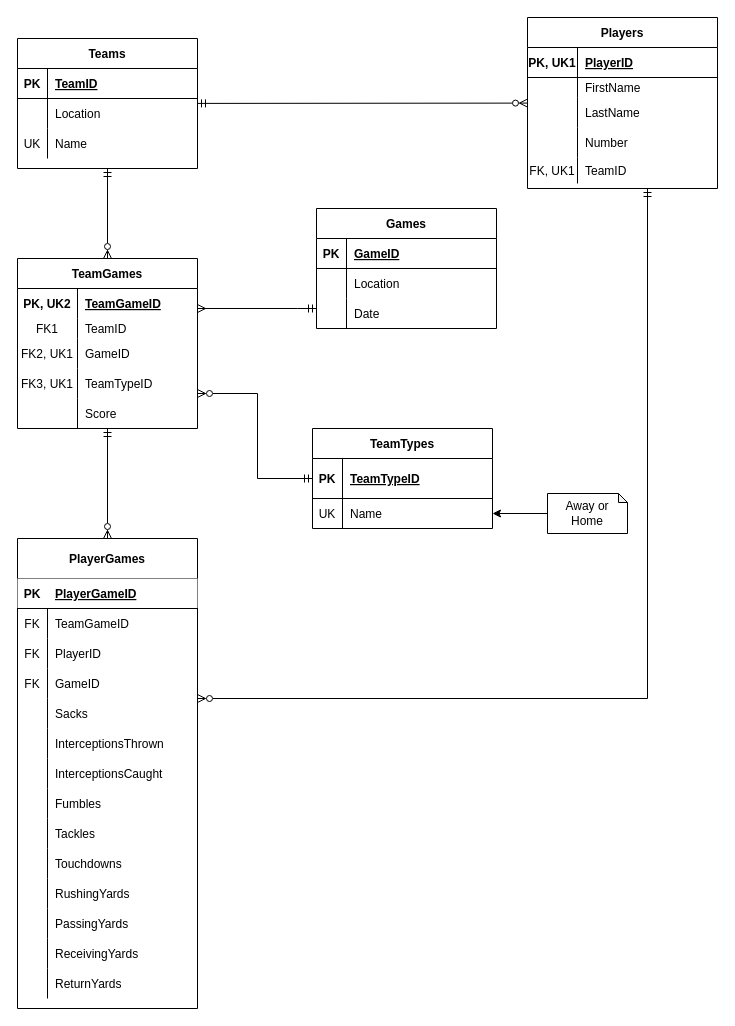
Before: Revison.drawio in isaacPetersonKSU/560GroupProject, a draw.io diagram. Source tidied: cells renumbered, new cells numbered last; positions are measured from the earlier drawing's top-left corner, leaving out a move shared by most shapes. Both pictures are drawn from the tidied source at 100%, with x=0, y=0 at pixel (17, 17).
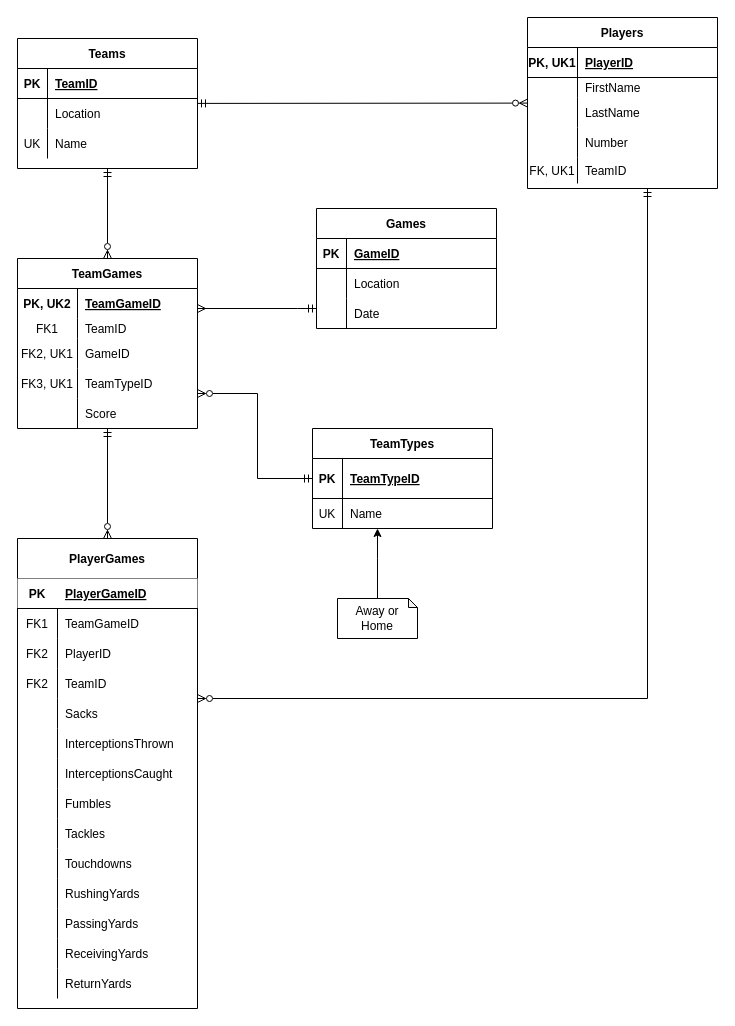
After the change.

Unchanged cells that the change refers to:
```xml
<mxCell id="33" style="shape=partialRectangle;fillColor=none;top=0;left=0;bottom=0;right=0;points=[[0,0.5],[1,0.5]];portConstraint=eastwest;align=center;" parent="29" vertex="1">
  <mxGeometry y="70" width="180" height="30" as="geometry" />
</mxCell>
<mxCell id="37" style="shape=partialRectangle;fillColor=default;top=0;left=0;bottom=1;right=0;align=center;strokeColor=default;fontColor=default;" parent="36" vertex="1">
  <mxGeometry y="40" width="180" height="30" as="geometry" />
</mxCell>
<mxCell id="40" style="shape=partialRectangle;fillColor=none;top=0;left=0;bottom=0;right=0;align=center;strokeColor=default;fontColor=default;" parent="36" vertex="1">
  <mxGeometry y="70" width="180" height="30" as="geometry" />
</mxCell>
<mxCell id="43" style="shape=partialRectangle;fillColor=none;top=0;left=0;bottom=0;right=0;align=center;" parent="36" vertex="1">
  <mxGeometry y="100" width="180" height="30" as="geometry" />
</mxCell>
<mxCell id="46" style="shape=partialRectangle;fillColor=none;top=0;left=0;bottom=0;right=0;fontColor=default;strokeColor=default;" parent="36" vertex="1">
  <mxGeometry y="130" width="180" height="30" as="geometry" />
</mxCell>
<mxCell id="49" style="shape=partialRectangle;fillColor=none;top=0;left=0;bottom=0;right=0;" parent="36" vertex="1">
  <mxGeometry y="160" width="180" height="30" as="geometry" />
</mxCell>
<mxCell id="52" style="shape=partialRectangle;fillColor=none;top=0;left=0;bottom=0;right=0;" parent="36" vertex="1">
  <mxGeometry y="190" width="180" height="30" as="geometry" />
</mxCell>
<mxCell id="55" style="shape=partialRectangle;fillColor=none;top=0;left=0;bottom=0;right=0;" parent="36" vertex="1">
  <mxGeometry y="220" width="180" height="30" as="geometry" />
</mxCell>
<mxCell id="58" style="shape=partialRectangle;fillColor=none;top=0;left=0;bottom=0;right=0;" parent="36" vertex="1">
  <mxGeometry y="250" width="180" height="30" as="geometry" />
</mxCell>
<mxCell id="61" style="shape=partialRectangle;fillColor=none;top=0;left=0;bottom=0;right=0;" parent="36" vertex="1">
  <mxGeometry y="280" width="180" height="30" as="geometry" />
</mxCell>
<mxCell id="64" style="shape=partialRectangle;fillColor=none;top=0;left=0;bottom=0;right=0;align=center;" parent="36" vertex="1">
  <mxGeometry y="310" width="180" height="30" as="geometry" />
</mxCell>
<mxCell id="67" style="shape=partialRectangle;fillColor=none;top=0;left=0;bottom=0;right=0;fontColor=default;strokeColor=default;" parent="36" vertex="1">
  <mxGeometry y="340" width="180" height="30" as="geometry" />
</mxCell>
<mxCell id="70" style="shape=partialRectangle;fillColor=none;top=0;left=0;bottom=0;right=0;fontColor=default;strokeColor=default;" parent="36" vertex="1">
  <mxGeometry y="370" width="180" height="30" as="geometry" />
</mxCell>
<mxCell id="73" style="shape=partialRectangle;fillColor=none;top=0;left=0;bottom=0;right=0;align=center;strokeColor=default;fontColor=default;" parent="36" vertex="1">
  <mxGeometry y="400" width="180" height="30" as="geometry" />
</mxCell>
<mxCell id="76" style="shape=partialRectangle;fillColor=none;top=0;left=0;bottom=0;right=0;fontColor=default;strokeColor=default;" parent="36" vertex="1">
  <mxGeometry y="430" width="180" height="30" as="geometry" />
</mxCell>
```

What changed in the source:
```diff
@@
     <mxCell id="38" value="PK" style="shape=partialRectangle;fillColor=none;top=0;left=0;bottom=0;right=0;fontStyle=1;overflow=hidden;align=center;strokeColor=default;fontColor=default;" parent="37" vertex="1">
-      <mxGeometry width="30" height="30" as="geometry" />
+      <mxGeometry width="40" height="30" as="geometry" />
     </mxCell>
     <mxCell id="39" value="PlayerGameID" style="shape=partialRectangle;fillColor=none;top=0;left=0;bottom=0;right=0;align=left;spacingLeft=6;fontStyle=5;overflow=hidden;" parent="37" vertex="1">
-      <mxGeometry x="30" width="150" height="30" as="geometry" />
+      <mxGeometry x="40" width="140" height="30" as="geometry" />
     </mxCell>
@@
-    <mxCell id="41" value="FK" style="shape=partialRectangle;fillColor=none;top=0;left=0;bottom=0;right=0;overflow=hidden;align=center;strokeColor=default;fontColor=default;" parent="40" vertex="1">
-      <mxGeometry width="30" height="30" as="geometry" />
+    <mxCell id="41" value="FK1" style="shape=partialRectangle;fillColor=none;top=0;left=0;bottom=0;right=0;overflow=hidden;align=center;strokeColor=default;fontColor=default;" parent="40" vertex="1">
+      <mxGeometry width="40" height="30" as="geometry" />
     </mxCell>
     <mxCell id="42" value="TeamGameID" style="shape=partialRectangle;fillColor=none;top=0;left=0;bottom=0;right=0;align=left;spacingLeft=6;overflow=hidden;strokeColor=default;fontColor=default;" parent="40" vertex="1">
-      <mxGeometry x="30" width="150" height="30" as="geometry" />
+      <mxGeometry x="40" width="140" height="30" as="geometry" />
     </mxCell>
@@
-    <mxCell id="44" value="FK" style="shape=partialRectangle;fillColor=none;top=0;left=0;bottom=0;right=0;overflow=hidden;align=center;" parent="43" vertex="1">
-      <mxGeometry width="30" height="30" as="geometry" />
+    <mxCell id="44" value="FK2" style="shape=partialRectangle;fillColor=none;top=0;left=0;bottom=0;right=0;overflow=hidden;align=center;fontColor=default;" parent="43" vertex="1">
+      <mxGeometry width="40" height="30" as="geometry" />
     </mxCell>
     <mxCell id="45" value="PlayerID" style="shape=partialRectangle;fillColor=none;top=0;left=0;bottom=0;right=0;align=left;spacingLeft=6;overflow=hidden;" parent="43" vertex="1">
-      <mxGeometry x="30" width="150" height="30" as="geometry" />
+      <mxGeometry x="40" width="140" height="30" as="geometry" />
     </mxCell>
@@
-    <mxCell id="47" value="FK" style="shape=partialRectangle;fillColor=none;top=0;left=0;bottom=0;right=0;fontStyle=0;overflow=hidden;fontColor=default;strokeColor=default;" parent="46" vertex="1">
-      <mxGeometry width="30" height="30" as="geometry" />
+    <mxCell id="47" value="FK2" style="shape=partialRectangle;fillColor=none;top=0;left=0;bottom=0;right=0;fontStyle=0;overflow=hidden;fontColor=default;strokeColor=default;" parent="46" vertex="1">
+      <mxGeometry width="40" height="30" as="geometry" />
     </mxCell>
-    <mxCell id="48" value="GameID" style="shape=partialRectangle;fillColor=none;top=0;left=0;bottom=0;right=0;align=left;spacingLeft=6;fontStyle=0;overflow=hidden;fontColor=default;strokeColor=default;" parent="46" vertex="1">
-      <mxGeometry x="30" width="150" height="30" as="geometry" />
+    <mxCell id="48" value="TeamID" style="shape=partialRectangle;fillColor=none;top=0;left=0;bottom=0;right=0;align=left;spacingLeft=6;fontStyle=0;overflow=hidden;fontColor=default;strokeColor=default;" parent="46" vertex="1">
+      <mxGeometry x="40" width="140" height="30" as="geometry" />
     </mxCell>
@@
     <mxCell id="50" style="shape=partialRectangle;fillColor=none;top=0;left=0;bottom=0;right=0;overflow=hidden;" parent="49" vertex="1">
-      <mxGeometry width="30" height="30" as="geometry" />
+      <mxGeometry width="40" height="30" as="geometry" />
     </mxCell>
     <mxCell id="51" value="Sacks" style="shape=partialRectangle;fillColor=none;top=0;left=0;bottom=0;right=0;align=left;spacingLeft=6;overflow=hidden;fontColor=default;" parent="49" vertex="1">
-      <mxGeometry x="30" width="150" height="30" as="geometry" />
+      <mxGeometry x="40" width="140" height="30" as="geometry" />
     </mxCell>
@@
     <mxCell id="53" style="shape=partialRectangle;fillColor=none;top=0;left=0;bottom=0;right=0;overflow=hidden;" parent="52" vertex="1">
-      <mxGeometry width="30" height="30" as="geometry" />
+      <mxGeometry width="40" height="30" as="geometry" />
     </mxCell>
     <mxCell id="54" value="InterceptionsThrown" style="shape=partialRectangle;fillColor=none;top=0;left=0;bottom=0;right=0;align=left;spacingLeft=6;overflow=hidden;" parent="52" vertex="1">
-      <mxGeometry x="30" width="150" height="30" as="geometry" />
+      <mxGeometry x="40" width="140" height="30" as="geometry" />
     </mxCell>
@@
     <mxCell id="56" style="shape=partialRectangle;fillColor=none;top=0;left=0;bottom=0;right=0;overflow=hidden;" parent="55" vertex="1">
-      <mxGeometry width="30" height="30" as="geometry" />
+      <mxGeometry width="40" height="30" as="geometry" />
     </mxCell>
     <mxCell id="57" value="InterceptionsCaught" style="shape=partialRectangle;fillColor=none;top=0;left=0;bottom=0;right=0;align=left;spacingLeft=6;overflow=hidden;" parent="55" vertex="1">
-      <mxGeometry x="30" width="150" height="30" as="geometry" />
+      <mxGeometry x="40" width="140" height="30" as="geometry" />
     </mxCell>
@@
     <mxCell id="59" style="shape=partialRectangle;fillColor=none;top=0;left=0;bottom=0;right=0;overflow=hidden;" parent="58" vertex="1">
-      <mxGeometry width="30" height="30" as="geometry" />
+      <mxGeometry width="40" height="30" as="geometry" />
     </mxCell>
     <mxCell id="60" value="Fumbles" style="shape=partialRectangle;fillColor=none;top=0;left=0;bottom=0;right=0;align=left;spacingLeft=6;overflow=hidden;" parent="58" vertex="1">
-      <mxGeometry x="30" width="150" height="30" as="geometry" />
+      <mxGeometry x="40" width="140" height="30" as="geometry" />
     </mxCell>
@@
     <mxCell id="62" style="shape=partialRectangle;fillColor=none;top=0;left=0;bottom=0;right=0;overflow=hidden;" parent="61" vertex="1">
-      <mxGeometry width="30" height="30" as="geometry" />
+      <mxGeometry width="40" height="30" as="geometry" />
     </mxCell>
     <mxCell id="63" value="Tackles" style="shape=partialRectangle;fillColor=none;top=0;left=0;bottom=0;right=0;align=left;spacingLeft=6;overflow=hidden;" parent="61" vertex="1">
-      <mxGeometry x="30" width="150" height="30" as="geometry" />
+      <mxGeometry x="40" width="140" height="30" as="geometry" />
     </mxCell>
@@
     <mxCell id="65" style="shape=partialRectangle;fillColor=none;top=0;left=0;bottom=0;right=0;overflow=hidden;align=center;" parent="64" vertex="1">
-      <mxGeometry width="30" height="30" as="geometry" />
+      <mxGeometry width="40" height="30" as="geometry" />
     </mxCell>
     <mxCell id="66" value="Touchdowns" style="shape=partialRectangle;fillColor=none;top=0;left=0;bottom=0;right=0;align=left;spacingLeft=6;overflow=hidden;" parent="64" vertex="1">
-      <mxGeometry x="30" width="150" height="30" as="geometry" />
+      <mxGeometry x="40" width="140" height="30" as="geometry" />
     </mxCell>
@@
     <mxCell id="68" style="shape=partialRectangle;fillColor=none;top=0;left=0;bottom=0;right=0;overflow=hidden;fontColor=default;strokeColor=default;" parent="67" vertex="1">
-      <mxGeometry width="30" height="30" as="geometry" />
+      <mxGeometry width="40" height="30" as="geometry" />
     </mxCell>
     <mxCell id="69" value="RushingYards" style="shape=partialRectangle;fillColor=none;top=0;left=0;bottom=0;right=0;align=left;spacingLeft=6;overflow=hidden;fontColor=default;strokeColor=default;" parent="67" vertex="1">
-      <mxGeometry x="30" width="150" height="30" as="geometry" />
+      <mxGeometry x="40" width="140" height="30" as="geometry" />
     </mxCell>
@@
     <mxCell id="71" style="shape=partialRectangle;fillColor=none;top=0;left=0;bottom=0;right=0;overflow=hidden;fontColor=default;strokeColor=default;" parent="70" vertex="1">
-      <mxGeometry width="30" height="30" as="geometry" />
+      <mxGeometry width="40" height="30" as="geometry" />
     </mxCell>
     <mxCell id="72" value="PassingYards" style="shape=partialRectangle;fillColor=none;top=0;left=0;bottom=0;right=0;align=left;spacingLeft=6;overflow=hidden;fontColor=default;strokeColor=default;" parent="70" vertex="1">
-      <mxGeometry x="30" width="150" height="30" as="geometry" />
+      <mxGeometry x="40" width="140" height="30" as="geometry" />
     </mxCell>
@@
     <mxCell id="74" style="shape=partialRectangle;fillColor=none;top=0;left=0;bottom=0;right=0;overflow=hidden;align=center;" parent="73" vertex="1">
-      <mxGeometry width="30" height="30" as="geometry" />
+      <mxGeometry width="40" height="30" as="geometry" />
     </mxCell>
     <mxCell id="75" value="ReceivingYards" style="shape=partialRectangle;fillColor=none;top=0;left=0;bottom=0;right=0;align=left;spacingLeft=6;overflow=hidden;strokeColor=default;fontColor=default;" parent="73" vertex="1">
-      <mxGeometry x="30" width="150" height="30" as="geometry" />
+      <mxGeometry x="40" width="140" height="30" as="geometry" />
     </mxCell>
@@
     <mxCell id="77" style="shape=partialRectangle;fillColor=none;top=0;left=0;bottom=0;right=0;overflow=hidden;fontColor=default;strokeColor=default;" parent="76" vertex="1">
-      <mxGeometry width="30" height="30" as="geometry" />
+      <mxGeometry width="40" height="30" as="geometry" />
     </mxCell>
     <mxCell id="78" value="ReturnYards" style="shape=partialRectangle;fillColor=none;top=0;left=0;bottom=0;right=0;align=left;spacingLeft=6;overflow=hidden;fontColor=default;strokeColor=default;" parent="76" vertex="1">
-      <mxGeometry x="30" width="150" height="30" as="geometry" />
+      <mxGeometry x="40" width="140" height="30" as="geometry" />
     </mxCell>
@@
     <mxCell id="109" style="edgeStyle=orthogonalEdgeStyle;rounded=0;jettySize=auto;html=1;strokeColor=default;labelBackgroundColor=default;fontColor=default;" parent="1" edge="1" source="110" target="33">
-      <mxGeometry relative="1" as="geometry" />
+      <mxGeometry relative="1" as="geometry">
+        <Array as="points">
+          <mxPoint x="360" y="541" />
+          <mxPoint x="360" y="541" />
+        </Array>
+      </mxGeometry>
     </mxCell>
     <mxCell id="110" value="Away or Home" style="shape=note;whiteSpace=wrap;html=1;backgroundOutline=1;darkOpacity=0.05;size=9;fillColor=default;strokeColor=default;fontColor=default;" parent="1" vertex="1">
-      <mxGeometry x="530" y="476" width="80" height="40" as="geometry" />
+      <mxGeometry x="320" y="581" width="80" height="40" as="geometry" />
     </mxCell>
```
